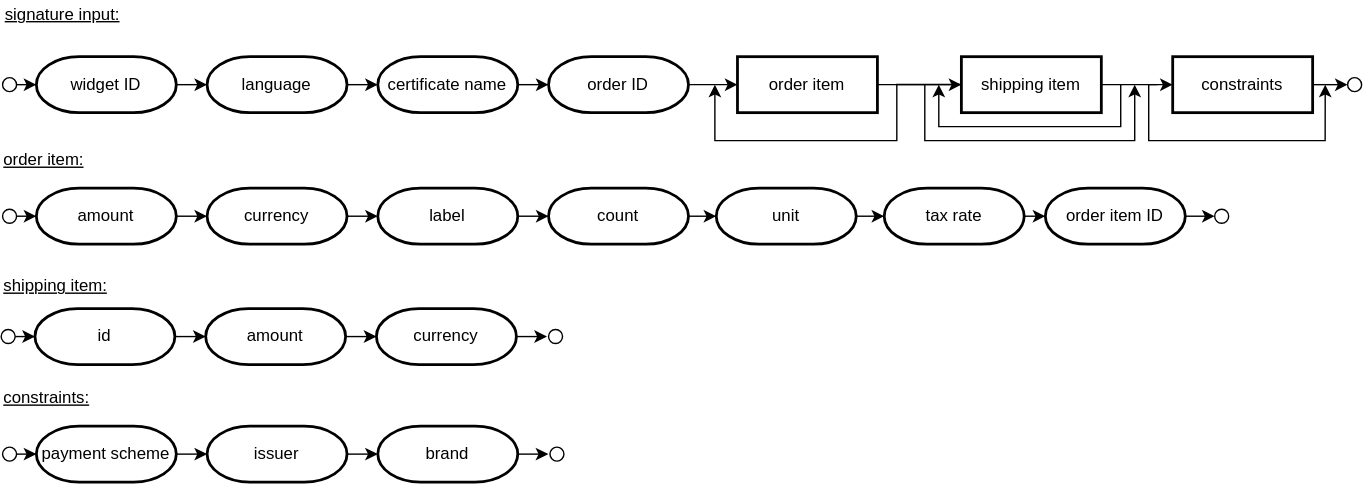
The draw.io diagram images/signature-generation.svg in klix-app/klix-app.github.io, before a commit. Source tidied: cells renumbered, new cells last; positions are measured from the earlier drawing's top-left corner, leaving out a move shared by most shapes. The source it was exported from:
```xml
<mxGraphModel>
  <root>
    <mxCell id="0" />
    <mxCell id="1" parent="0" />
    <mxCell id="2" style="edgeStyle=orthogonalEdgeStyle;rounded=0;jettySize=auto;html=1;exitX=1;exitY=0.5;exitDx=0;exitDy=0;entryX=0;entryY=0.5;entryDx=0;entryDy=0;" parent="1" edge="1" source="4" target="11">
      <mxGeometry relative="1" as="geometry" />
    </mxCell>
    <mxCell id="3" style="edgeStyle=orthogonalEdgeStyle;rounded=0;orthogonalLoop=1;jettySize=auto;html=1;" parent="1" edge="1">
      <mxGeometry relative="1" as="geometry">
        <mxPoint x="741" y="59.9" as="sourcePoint" />
        <mxPoint x="510" y="60" as="targetPoint" />
        <Array as="points">
          <mxPoint x="640" y="60" />
          <mxPoint x="640" y="100" />
          <mxPoint x="510" y="100" />
        </Array>
      </mxGeometry>
    </mxCell>
    <mxCell id="4" value="order item" style="rounded=0;whiteSpace=wrap;html=1;absoluteArcSize=1;arcSize=14;strokeWidth=2;comic=0;" parent="1" vertex="1">
      <mxGeometry x="526.1" y="40" width="100" height="40" as="geometry" />
    </mxCell>
    <mxCell id="5" style="edgeStyle=orthogonalEdgeStyle;rounded=0;orthogonalLoop=1;jettySize=auto;html=1;exitX=0.5;exitY=1;exitDx=0;exitDy=0;exitPerimeter=0;" parent="1" edge="1" source="7" target="7">
      <mxGeometry relative="1" as="geometry" />
    </mxCell>
    <mxCell id="6" style="edgeStyle=orthogonalEdgeStyle;curved=1;rounded=0;jettySize=auto;html=1;exitX=1;exitY=0.5;exitDx=0;exitDy=0;exitPerimeter=0;entryX=0;entryY=0.5;entryDx=0;entryDy=0;entryPerimeter=0;" parent="1" edge="1" source="7" target="14">
      <mxGeometry relative="1" as="geometry" />
    </mxCell>
    <mxCell id="7" value="&lt;span&gt;widget ID&lt;/span&gt;" style="strokeWidth=2;html=1;shape=mxgraph.flowchart.terminator;whiteSpace=wrap;rounded=1;comic=0;" parent="1" vertex="1">
      <mxGeometry x="25.1" y="40" width="100" height="40" as="geometry" />
    </mxCell>
    <mxCell id="8" style="edgeStyle=orthogonalEdgeStyle;rounded=0;jettySize=auto;html=1;exitX=1;exitY=0.5;exitDx=0;exitDy=0;entryX=0;entryY=0.5;entryDx=0;entryDy=0;" parent="1" edge="1" source="11" target="12">
      <mxGeometry relative="1" as="geometry" />
    </mxCell>
    <mxCell id="9" style="edgeStyle=orthogonalEdgeStyle;rounded=0;orthogonalLoop=1;jettySize=auto;html=1;" parent="1" edge="1">
      <mxGeometry relative="1" as="geometry">
        <mxPoint x="826.1" y="60" as="sourcePoint" />
        <mxPoint x="946.1" y="60" as="targetPoint" />
        <Array as="points">
          <mxPoint x="820" y="60" />
          <mxPoint x="820" y="100" />
          <mxPoint x="946" y="100" />
        </Array>
      </mxGeometry>
    </mxCell>
    <mxCell id="10" style="edgeStyle=orthogonalEdgeStyle;rounded=0;orthogonalLoop=1;jettySize=auto;html=1;" parent="1" edge="1">
      <mxGeometry relative="1" as="geometry">
        <mxPoint x="800" y="60" as="sourcePoint" />
        <mxPoint x="670" y="60" as="targetPoint" />
        <Array as="points">
          <mxPoint x="800" y="90" />
          <mxPoint x="670" y="90" />
        </Array>
      </mxGeometry>
    </mxCell>
    <mxCell id="11" value="shipping item" style="rounded=0;whiteSpace=wrap;html=1;absoluteArcSize=1;arcSize=14;strokeWidth=2;comic=0;" parent="1" vertex="1">
      <mxGeometry x="686.1" y="40" width="100" height="40" as="geometry" />
    </mxCell>
    <mxCell id="12" value="constraints" style="rounded=0;whiteSpace=wrap;html=1;absoluteArcSize=1;arcSize=14;strokeWidth=2;comic=0;" parent="1" vertex="1">
      <mxGeometry x="837.1" y="40" width="100" height="40" as="geometry" />
    </mxCell>
    <mxCell id="13" style="edgeStyle=orthogonalEdgeStyle;curved=1;rounded=0;jettySize=auto;html=1;exitX=1;exitY=0.5;exitDx=0;exitDy=0;exitPerimeter=0;entryX=0;entryY=0.5;entryDx=0;entryDy=0;entryPerimeter=0;" parent="1" edge="1" source="14" target="16">
      <mxGeometry relative="1" as="geometry" />
    </mxCell>
    <mxCell id="14" value="&lt;span&gt;language&lt;/span&gt;" style="strokeWidth=2;html=1;shape=mxgraph.flowchart.terminator;whiteSpace=wrap;rounded=1;comic=0;" parent="1" vertex="1">
      <mxGeometry x="147.1" y="40" width="100" height="40" as="geometry" />
    </mxCell>
    <mxCell id="15" style="edgeStyle=orthogonalEdgeStyle;curved=1;rounded=0;jettySize=auto;html=1;exitX=1;exitY=0.5;exitDx=0;exitDy=0;exitPerimeter=0;entryX=0;entryY=0.5;entryDx=0;entryDy=0;entryPerimeter=0;" parent="1" edge="1" source="16" target="18">
      <mxGeometry relative="1" as="geometry" />
    </mxCell>
    <mxCell id="16" value="&lt;span&gt;certificate name&lt;/span&gt;" style="strokeWidth=2;html=1;shape=mxgraph.flowchart.terminator;whiteSpace=wrap;rounded=1;comic=0;" parent="1" vertex="1">
      <mxGeometry x="269.1" y="40" width="100" height="40" as="geometry" />
    </mxCell>
    <mxCell id="17" style="edgeStyle=orthogonalEdgeStyle;curved=1;rounded=0;jettySize=auto;html=1;exitX=1;exitY=0.5;exitDx=0;exitDy=0;exitPerimeter=0;" parent="1" edge="1" source="18" target="4">
      <mxGeometry relative="1" as="geometry" />
    </mxCell>
    <mxCell id="18" value="&lt;span&gt;order ID&lt;/span&gt;" style="strokeWidth=2;html=1;shape=mxgraph.flowchart.terminator;whiteSpace=wrap;rounded=1;comic=0;" parent="1" vertex="1">
      <mxGeometry x="391.1" y="40" width="100" height="40" as="geometry" />
    </mxCell>
    <mxCell id="19" style="ellipse;whiteSpace=wrap;html=1;rounded=0;comic=0;strokeWidth=1;" parent="1" vertex="1">
      <mxGeometry x="962.1" y="55" width="10" height="10" as="geometry" />
    </mxCell>
    <mxCell id="20" style="edgeStyle=orthogonalEdgeStyle;rounded=0;jettySize=auto;html=1;exitX=1;exitY=0.5;exitDx=0;exitDy=0;entryX=0;entryY=0.5;entryDx=0;entryDy=0;" parent="1" edge="1" source="12" target="19">
      <mxGeometry relative="1" as="geometry" />
    </mxCell>
    <mxCell id="21" style="edgeStyle=orthogonalEdgeStyle;rounded=0;jettySize=auto;html=1;exitX=1;exitY=0.5;exitDx=0;exitDy=0;entryX=0;entryY=0.5;entryDx=0;entryDy=0;entryPerimeter=0;" parent="1" edge="1" source="22" target="7">
      <mxGeometry relative="1" as="geometry" />
    </mxCell>
    <mxCell id="22" style="ellipse;whiteSpace=wrap;html=1;rounded=0;comic=0;strokeWidth=1;" parent="1" vertex="1">
      <mxGeometry x="1" y="55" width="10" height="10" as="geometry" />
    </mxCell>
    <mxCell id="23" style="edgeStyle=orthogonalEdgeStyle;rounded=0;orthogonalLoop=1;jettySize=auto;html=1;exitX=0.5;exitY=1;exitDx=0;exitDy=0;exitPerimeter=0;" parent="1" edge="1" source="25" target="25">
      <mxGeometry relative="1" as="geometry" />
    </mxCell>
    <mxCell id="24" style="edgeStyle=orthogonalEdgeStyle;curved=1;rounded=0;jettySize=auto;html=1;exitX=1;exitY=0.5;exitDx=0;exitDy=0;exitPerimeter=0;entryX=0;entryY=0.5;entryDx=0;entryDy=0;entryPerimeter=0;" parent="1" edge="1" source="25" target="27">
      <mxGeometry relative="1" as="geometry" />
    </mxCell>
    <mxCell id="25" value="&lt;span&gt;amount&lt;/span&gt;" style="strokeWidth=2;html=1;shape=mxgraph.flowchart.terminator;whiteSpace=wrap;rounded=1;comic=0;" parent="1" vertex="1">
      <mxGeometry x="25.1" y="134" width="100" height="40" as="geometry" />
    </mxCell>
    <mxCell id="26" style="edgeStyle=orthogonalEdgeStyle;curved=1;rounded=0;jettySize=auto;html=1;exitX=1;exitY=0.5;exitDx=0;exitDy=0;exitPerimeter=0;entryX=0;entryY=0.5;entryDx=0;entryDy=0;entryPerimeter=0;" parent="1" edge="1" source="27" target="29">
      <mxGeometry relative="1" as="geometry" />
    </mxCell>
    <mxCell id="27" value="&lt;span&gt;currency&lt;/span&gt;" style="strokeWidth=2;html=1;shape=mxgraph.flowchart.terminator;whiteSpace=wrap;rounded=1;comic=0;" parent="1" vertex="1">
      <mxGeometry x="147.1" y="134" width="100" height="40" as="geometry" />
    </mxCell>
    <mxCell id="28" style="edgeStyle=orthogonalEdgeStyle;curved=1;rounded=0;jettySize=auto;html=1;exitX=1;exitY=0.5;exitDx=0;exitDy=0;exitPerimeter=0;entryX=0;entryY=0.5;entryDx=0;entryDy=0;entryPerimeter=0;" parent="1" edge="1" source="29" target="31">
      <mxGeometry relative="1" as="geometry" />
    </mxCell>
    <mxCell id="29" value="&lt;span&gt;label&lt;/span&gt;" style="strokeWidth=2;html=1;shape=mxgraph.flowchart.terminator;whiteSpace=wrap;rounded=1;comic=0;" parent="1" vertex="1">
      <mxGeometry x="269.1" y="134" width="100" height="40" as="geometry" />
    </mxCell>
    <mxCell id="30" style="edgeStyle=orthogonalEdgeStyle;rounded=0;jettySize=auto;html=1;exitX=1;exitY=0.5;exitDx=0;exitDy=0;exitPerimeter=0;entryX=0;entryY=0.5;entryDx=0;entryDy=0;entryPerimeter=0;" parent="1" edge="1" source="31" target="37">
      <mxGeometry relative="1" as="geometry" />
    </mxCell>
    <mxCell id="31" value="&lt;span&gt;count&lt;/span&gt;" style="strokeWidth=2;html=1;shape=mxgraph.flowchart.terminator;whiteSpace=wrap;rounded=1;comic=0;" parent="1" vertex="1">
      <mxGeometry x="391.1" y="134" width="100" height="40" as="geometry" />
    </mxCell>
    <mxCell id="32" style="ellipse;whiteSpace=wrap;html=1;rounded=0;comic=0;strokeWidth=1;" parent="1" vertex="1">
      <mxGeometry x="867.1" y="149" width="10" height="10" as="geometry" />
    </mxCell>
    <mxCell id="33" style="edgeStyle=orthogonalEdgeStyle;rounded=0;jettySize=auto;html=1;exitX=1;exitY=0.5;exitDx=0;exitDy=0;entryX=0;entryY=0.5;entryDx=0;entryDy=0;exitPerimeter=0;" parent="1" edge="1" source="40" target="32">
      <mxGeometry relative="1" as="geometry" />
    </mxCell>
    <mxCell id="34" style="edgeStyle=orthogonalEdgeStyle;rounded=0;jettySize=auto;html=1;exitX=1;exitY=0.5;exitDx=0;exitDy=0;entryX=0;entryY=0.5;entryDx=0;entryDy=0;entryPerimeter=0;" parent="1" edge="1" source="35" target="25">
      <mxGeometry relative="1" as="geometry" />
    </mxCell>
    <mxCell id="35" style="ellipse;whiteSpace=wrap;html=1;rounded=0;comic=0;strokeWidth=1;" parent="1" vertex="1">
      <mxGeometry x="1" y="149" width="10" height="10" as="geometry" />
    </mxCell>
    <mxCell id="36" style="edgeStyle=orthogonalEdgeStyle;rounded=0;jettySize=auto;html=1;exitX=1;exitY=0.5;exitDx=0;exitDy=0;exitPerimeter=0;entryX=0;entryY=0.5;entryDx=0;entryDy=0;entryPerimeter=0;" parent="1" edge="1" source="37" target="39">
      <mxGeometry relative="1" as="geometry" />
    </mxCell>
    <mxCell id="37" value="&lt;span&gt;unit&lt;/span&gt;" style="strokeWidth=2;html=1;shape=mxgraph.flowchart.terminator;whiteSpace=wrap;rounded=1;comic=0;" parent="1" vertex="1">
      <mxGeometry x="511" y="134" width="100" height="40" as="geometry" />
    </mxCell>
    <mxCell id="38" style="edgeStyle=orthogonalEdgeStyle;rounded=0;jettySize=auto;html=1;exitX=1;exitY=0.5;exitDx=0;exitDy=0;exitPerimeter=0;entryX=0;entryY=0.5;entryDx=0;entryDy=0;entryPerimeter=0;" parent="1" edge="1" source="39" target="40">
      <mxGeometry relative="1" as="geometry" />
    </mxCell>
    <mxCell id="39" value="&lt;span&gt;tax rate&lt;/span&gt;" style="strokeWidth=2;html=1;shape=mxgraph.flowchart.terminator;whiteSpace=wrap;rounded=1;comic=0;" parent="1" vertex="1">
      <mxGeometry x="631" y="134" width="100" height="40" as="geometry" />
    </mxCell>
    <mxCell id="40" value="&lt;span&gt;order item ID&lt;/span&gt;" style="strokeWidth=2;html=1;shape=mxgraph.flowchart.terminator;whiteSpace=wrap;rounded=1;comic=0;" parent="1" vertex="1">
      <mxGeometry x="746.1" y="134" width="100" height="40" as="geometry" />
    </mxCell>
    <mxCell id="41" style="edgeStyle=orthogonalEdgeStyle;rounded=0;orthogonalLoop=1;jettySize=auto;html=1;exitX=0.5;exitY=1;exitDx=0;exitDy=0;exitPerimeter=0;" parent="1" edge="1" source="43" target="43">
      <mxGeometry relative="1" as="geometry" />
    </mxCell>
    <mxCell id="42" style="edgeStyle=orthogonalEdgeStyle;curved=1;rounded=0;jettySize=auto;html=1;exitX=1;exitY=0.5;exitDx=0;exitDy=0;exitPerimeter=0;entryX=0;entryY=0.5;entryDx=0;entryDy=0;entryPerimeter=0;" parent="1" edge="1" source="43" target="45">
      <mxGeometry relative="1" as="geometry" />
    </mxCell>
    <mxCell id="43" value="&lt;span&gt;id&lt;/span&gt;" style="strokeWidth=2;html=1;shape=mxgraph.flowchart.terminator;whiteSpace=wrap;rounded=1;comic=0;" parent="1" vertex="1">
      <mxGeometry x="24.1" y="220" width="100" height="40" as="geometry" />
    </mxCell>
    <mxCell id="44" style="edgeStyle=orthogonalEdgeStyle;curved=1;rounded=0;jettySize=auto;html=1;exitX=1;exitY=0.5;exitDx=0;exitDy=0;exitPerimeter=0;entryX=0;entryY=0.5;entryDx=0;entryDy=0;entryPerimeter=0;" parent="1" edge="1" source="45" target="47">
      <mxGeometry relative="1" as="geometry" />
    </mxCell>
    <mxCell id="45" value="&lt;span&gt;amount&lt;/span&gt;" style="strokeWidth=2;html=1;shape=mxgraph.flowchart.terminator;whiteSpace=wrap;rounded=1;comic=0;" parent="1" vertex="1">
      <mxGeometry x="146.1" y="220" width="100" height="40" as="geometry" />
    </mxCell>
    <mxCell id="46" style="edgeStyle=orthogonalEdgeStyle;curved=1;rounded=0;jettySize=auto;html=1;exitX=1;exitY=0.5;exitDx=0;exitDy=0;exitPerimeter=0;" parent="1" edge="1" source="47">
      <mxGeometry relative="1" as="geometry">
        <mxPoint x="390" y="240" as="targetPoint" />
      </mxGeometry>
    </mxCell>
    <mxCell id="47" value="&lt;span&gt;currency&lt;/span&gt;" style="strokeWidth=2;html=1;shape=mxgraph.flowchart.terminator;whiteSpace=wrap;rounded=1;comic=0;" parent="1" vertex="1">
      <mxGeometry x="268.1" y="220" width="100" height="40" as="geometry" />
    </mxCell>
    <mxCell id="48" style="ellipse;whiteSpace=wrap;html=1;rounded=0;comic=0;strokeWidth=1;" parent="1" vertex="1">
      <mxGeometry x="391.1" y="235" width="10" height="10" as="geometry" />
    </mxCell>
    <mxCell id="49" style="edgeStyle=orthogonalEdgeStyle;rounded=0;jettySize=auto;html=1;exitX=1;exitY=0.5;exitDx=0;exitDy=0;entryX=0;entryY=0.5;entryDx=0;entryDy=0;entryPerimeter=0;" parent="1" edge="1" source="50" target="43">
      <mxGeometry relative="1" as="geometry" />
    </mxCell>
    <mxCell id="50" style="ellipse;whiteSpace=wrap;html=1;rounded=0;comic=0;strokeWidth=1;" parent="1" vertex="1">
      <mxGeometry y="235" width="10" height="10" as="geometry" />
    </mxCell>
    <mxCell id="51" style="edgeStyle=orthogonalEdgeStyle;rounded=0;orthogonalLoop=1;jettySize=auto;html=1;exitX=0.5;exitY=1;exitDx=0;exitDy=0;exitPerimeter=0;" parent="1" edge="1" source="53" target="53">
      <mxGeometry relative="1" as="geometry" />
    </mxCell>
    <mxCell id="52" style="edgeStyle=orthogonalEdgeStyle;curved=1;rounded=0;jettySize=auto;html=1;exitX=1;exitY=0.5;exitDx=0;exitDy=0;exitPerimeter=0;entryX=0;entryY=0.5;entryDx=0;entryDy=0;entryPerimeter=0;" parent="1" edge="1" source="53" target="55">
      <mxGeometry relative="1" as="geometry" />
    </mxCell>
    <mxCell id="53" value="&lt;span&gt;payment scheme&lt;/span&gt;" style="strokeWidth=2;html=1;shape=mxgraph.flowchart.terminator;whiteSpace=wrap;rounded=1;comic=0;" parent="1" vertex="1">
      <mxGeometry x="25.1" y="304" width="100" height="40" as="geometry" />
    </mxCell>
    <mxCell id="54" style="edgeStyle=orthogonalEdgeStyle;curved=1;rounded=0;jettySize=auto;html=1;exitX=1;exitY=0.5;exitDx=0;exitDy=0;exitPerimeter=0;entryX=0;entryY=0.5;entryDx=0;entryDy=0;entryPerimeter=0;" parent="1" edge="1" source="55" target="57">
      <mxGeometry relative="1" as="geometry" />
    </mxCell>
    <mxCell id="55" value="&lt;span&gt;issuer&lt;/span&gt;" style="strokeWidth=2;html=1;shape=mxgraph.flowchart.terminator;whiteSpace=wrap;rounded=1;comic=0;" parent="1" vertex="1">
      <mxGeometry x="147.1" y="304" width="100" height="40" as="geometry" />
    </mxCell>
    <mxCell id="56" style="edgeStyle=orthogonalEdgeStyle;curved=1;rounded=0;jettySize=auto;html=1;exitX=1;exitY=0.5;exitDx=0;exitDy=0;exitPerimeter=0;" parent="1" edge="1" source="57">
      <mxGeometry relative="1" as="geometry">
        <mxPoint x="391" y="324" as="targetPoint" />
      </mxGeometry>
    </mxCell>
    <mxCell id="57" value="&lt;span&gt;brand&lt;/span&gt;" style="strokeWidth=2;html=1;shape=mxgraph.flowchart.terminator;whiteSpace=wrap;rounded=1;comic=0;" parent="1" vertex="1">
      <mxGeometry x="269.1" y="304" width="100" height="40" as="geometry" />
    </mxCell>
    <mxCell id="58" style="ellipse;whiteSpace=wrap;html=1;rounded=0;comic=0;strokeWidth=1;" parent="1" vertex="1">
      <mxGeometry x="392.1" y="319" width="10" height="10" as="geometry" />
    </mxCell>
    <mxCell id="59" style="edgeStyle=orthogonalEdgeStyle;rounded=0;jettySize=auto;html=1;exitX=1;exitY=0.5;exitDx=0;exitDy=0;entryX=0;entryY=0.5;entryDx=0;entryDy=0;entryPerimeter=0;" parent="1" edge="1" source="60" target="53">
      <mxGeometry relative="1" as="geometry" />
    </mxCell>
    <mxCell id="60" style="ellipse;whiteSpace=wrap;html=1;rounded=0;comic=0;strokeWidth=1;" parent="1" vertex="1">
      <mxGeometry x="1" y="319" width="10" height="10" as="geometry" />
    </mxCell>
    <mxCell id="61" value="signature input:" style="text;html=1;strokeColor=none;fillColor=none;align=left;verticalAlign=middle;whiteSpace=wrap;rounded=0;comic=0;fontStyle=4;" parent="1" vertex="1">
      <mxGeometry x="1" width="89" height="20" as="geometry" />
    </mxCell>
    <mxCell id="62" value="order item:" style="text;html=1;strokeColor=none;fillColor=none;align=left;verticalAlign=middle;whiteSpace=wrap;rounded=0;comic=0;fontStyle=4;" parent="1" vertex="1">
      <mxGeometry y="104" width="60" height="20" as="geometry" />
    </mxCell>
    <mxCell id="63" value="shipping item:" style="text;html=1;strokeColor=none;fillColor=none;align=left;verticalAlign=middle;whiteSpace=wrap;rounded=0;comic=0;fontStyle=4;" parent="1" vertex="1">
      <mxGeometry y="194" width="80" height="20" as="geometry" />
    </mxCell>
    <mxCell id="64" value="constraints:" style="text;html=1;strokeColor=none;fillColor=none;align=left;verticalAlign=middle;whiteSpace=wrap;rounded=0;comic=0;fontStyle=4;" parent="1" vertex="1">
      <mxGeometry y="274" width="80" height="20" as="geometry" />
    </mxCell>
    <mxCell id="65" style="edgeStyle=orthogonalEdgeStyle;rounded=0;orthogonalLoop=1;jettySize=auto;html=1;" parent="1" edge="1">
      <mxGeometry relative="1" as="geometry">
        <mxPoint x="660" y="60" as="sourcePoint" />
        <mxPoint x="810" y="60" as="targetPoint" />
        <Array as="points">
          <mxPoint x="660" y="100" />
          <mxPoint x="810" y="100" />
        </Array>
      </mxGeometry>
    </mxCell>
  </root>
</mxGraphModel>
```
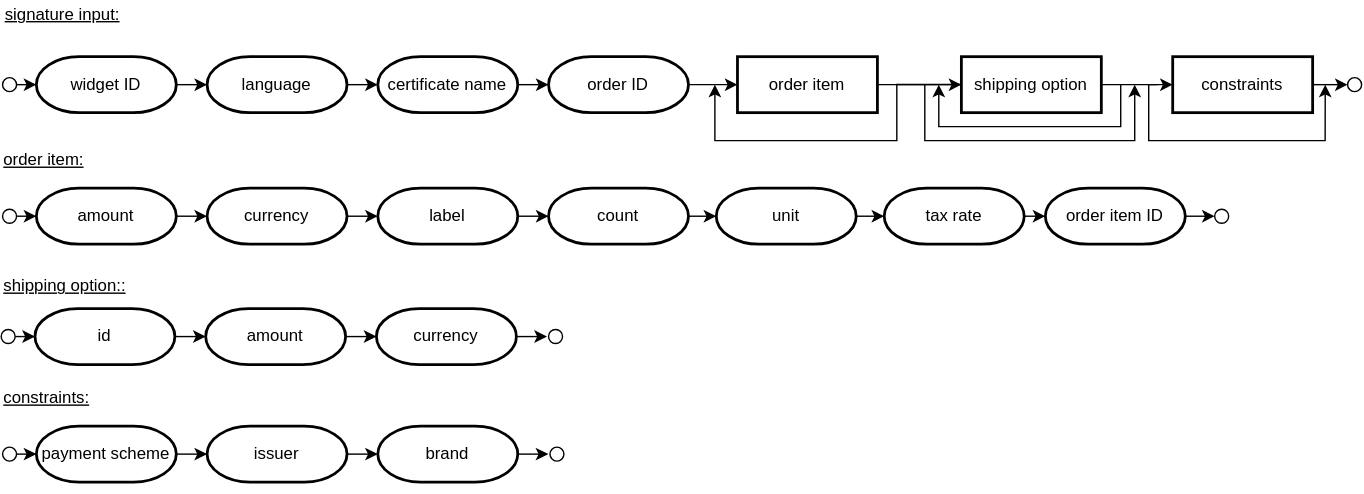
Above is the later version.

Diff of the diagram source:
```diff
@@ -52,7 +52,7 @@
         </Array>
       </mxGeometry>
     </mxCell>
-    <mxCell id="11" value="shipping item" style="rounded=0;whiteSpace=wrap;html=1;absoluteArcSize=1;arcSize=14;strokeWidth=2;comic=0;" parent="1" vertex="1">
+    <mxCell id="11" value="shipping option" style="rounded=0;whiteSpace=wrap;html=1;absoluteArcSize=1;arcSize=14;strokeWidth=2;comic=0;" parent="1" vertex="1">
       <mxGeometry x="686.1" y="40" width="100" height="40" as="geometry" />
     </mxCell>
     <mxCell id="12" value="constraints" style="rounded=0;whiteSpace=wrap;html=1;absoluteArcSize=1;arcSize=14;strokeWidth=2;comic=0;" parent="1" vertex="1">
@@ -210,10 +210,10 @@
       <mxGeometry x="1" width="89" height="20" as="geometry" />
     </mxCell>
     <mxCell id="62" value="order item:" style="text;html=1;strokeColor=none;fillColor=none;align=left;verticalAlign=middle;whiteSpace=wrap;rounded=0;comic=0;fontStyle=4;" parent="1" vertex="1">
-      <mxGeometry y="104" width="60" height="20" as="geometry" />
+      <mxGeometry y="104" width="70" height="20" as="geometry" />
     </mxCell>
-    <mxCell id="63" value="shipping item:" style="text;html=1;strokeColor=none;fillColor=none;align=left;verticalAlign=middle;whiteSpace=wrap;rounded=0;comic=0;fontStyle=4;" parent="1" vertex="1">
-      <mxGeometry y="194" width="80" height="20" as="geometry" />
+    <mxCell id="63" value="shipping option::" style="text;html=1;strokeColor=none;fillColor=none;align=left;verticalAlign=middle;whiteSpace=wrap;rounded=0;comic=0;fontStyle=4;" parent="1" vertex="1">
+      <mxGeometry y="194" width="90" height="20" as="geometry" />
     </mxCell>
     <mxCell id="64" value="constraints:" style="text;html=1;strokeColor=none;fillColor=none;align=left;verticalAlign=middle;whiteSpace=wrap;rounded=0;comic=0;fontStyle=4;" parent="1" vertex="1">
       <mxGeometry y="274" width="80" height="20" as="geometry" />
```
